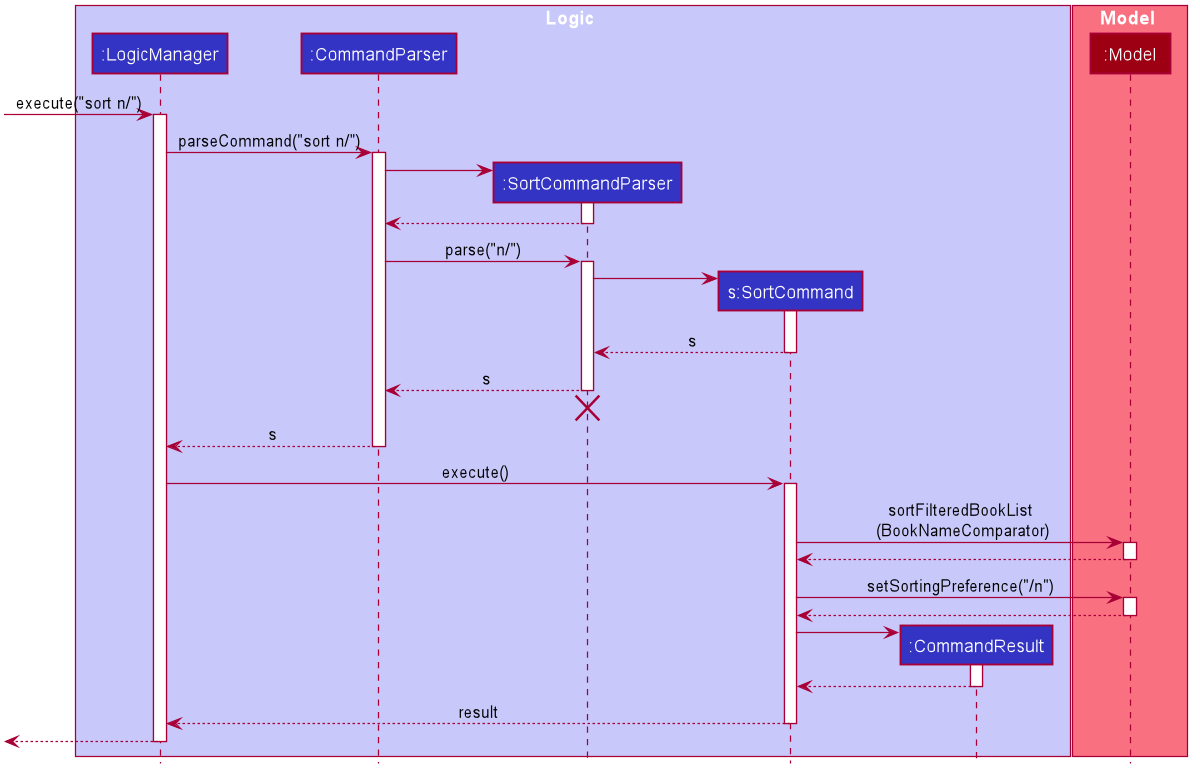
Earlier version of the PlantUML export docs/images/SortSequenceDiagram.png (pennhanlee/tp). Its diagram source:
```plantuml
@startuml









skinparam BackgroundColor #FFFFFFF

skinparam Shadowing false

skinparam Class {
    FontColor #FFFFFF
    BorderThickness 1
    BorderColor #FFFFFF
    StereotypeFontColor #FFFFFF
    FontName Arial
}

skinparam Actor {
    BorderColor #000000
    Color #000000
    FontName Arial
}

skinparam Sequence {
    MessageAlign center
    BoxFontSize 15
    BoxPadding 0
    BoxFontColor #FFFFFF
    FontName Arial
}

skinparam Participant {
    FontColor #FFFFFFF
    Padding 20
}

skinparam MinClassWidth 50
skinparam ParticipantPadding 10
skinparam Shadowing false
skinparam DefaultTextAlignment center
skinparam packageStyle Rectangle

hide footbox
hide members
hide circle

box Logic #C8C8FA
participant ":LogicManager" as LogicManager #3333C4
participant ":CommandParser" as CommandParser #3333C4
participant ":SortCommandParser" as SortCommandParser #3333C4
participant "s:SortCommand" as SortCommand #3333C4
participant ":CommandResult" as CommandResult #3333C4
end box

box Model #F97181
participant ":Model" as Model #9D0012
end box

[-> LogicManager : execute("sort n/")
activate LogicManager

LogicManager -> CommandParser : parseCommand("sort n/")
activate CommandParser

create SortCommandParser
CommandParser -> SortCommandParser
activate SortCommandParser

SortCommandParser --> CommandParser
deactivate SortCommandParser

CommandParser -> SortCommandParser : parse("n/")
activate SortCommandParser

create SortCommand
SortCommandParser -> SortCommand
activate SortCommand

SortCommand --> SortCommandParser : s
deactivate SortCommand

SortCommandParser --> CommandParser : s
deactivate SortCommandParser
SortCommandParser -[hidden]-> CommandParser
destroy SortCommandParser

CommandParser --> LogicManager : s
deactivate CommandParser

LogicManager -> SortCommand : execute()
activate SortCommand

SortCommand -> Model : sortFilteredBookList\n (BookNameComparator)
activate Model

Model --> SortCommand
deactivate Model

SortCommand -> Model : setSortingPreference("/n")
activate Model

Model --> SortCommand
deactivate Model

create CommandResult
SortCommand -> CommandResult
activate CommandResult

CommandResult --> SortCommand
deactivate CommandResult

SortCommand --> LogicManager : result
deactivate SortCommand

[<--LogicManager
deactivate LogicManager
@enduml
```
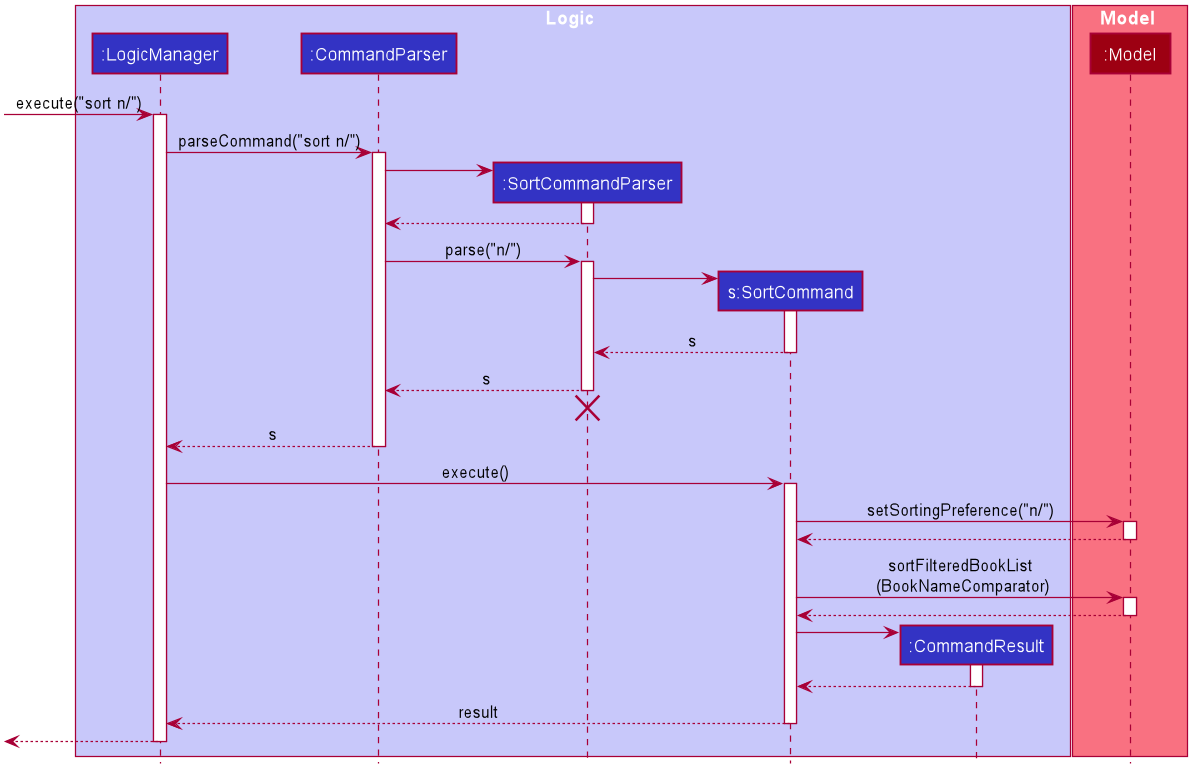
After the change.

Diff of the diagram source:
```diff
@@ -95,13 +95,13 @@
 LogicManager -> SortCommand : execute()
 activate SortCommand
 
-SortCommand -> Model : sortFilteredBookList\n (BookNameComparator)
+SortCommand -> Model : setSortingPreference("n/")
 activate Model
 
 Model --> SortCommand
 deactivate Model
 
-SortCommand -> Model : setSortingPreference("/n")
+SortCommand -> Model : sortFilteredBookList\n (BookNameComparator)
 activate Model
 
 Model --> SortCommand
```
